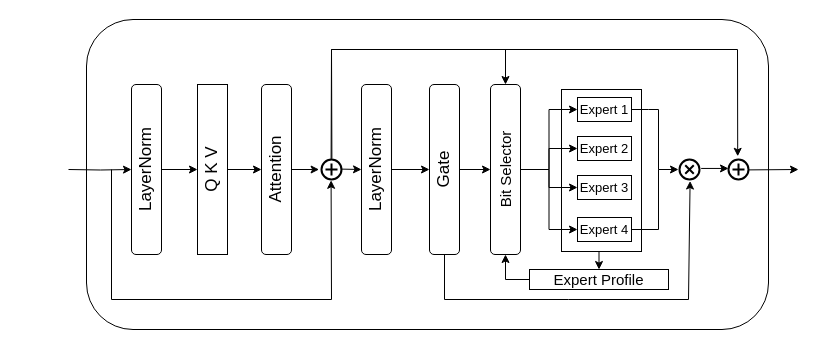
mm0318/draw keeps this draw.io diagram as bitgate_overall.drawio. Above is the earlier version. Source tidied: cells renumbered, new cells numbered last; positions are measured from the earlier drawing's top-left corner, leaving out a move shared by most shapes. Both pictures are drawn from the tidied source at 100%, with x=0, y=0 at pixel (61, 19).
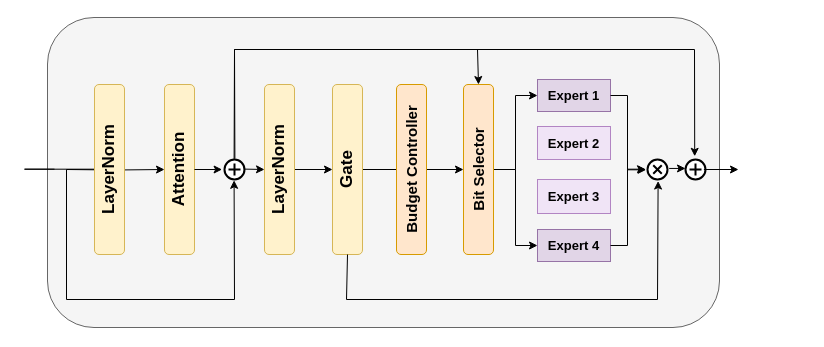
The same page after the edit.

Diff of the diagram source:
```diff
@@
-    <mxCell id="2" style="rounded=1;whiteSpace=wrap;html=1;" parent="1" vertex="1">
-      <mxGeometry x="25" width="682" height="310" as="geometry" />
+    <mxCell id="2" style="rounded=1;whiteSpace=wrap;html=1;fillColor=#f5f5f5;fontColor=#333333;strokeColor=#666666;" parent="1" vertex="1">
+      <mxGeometry x="-14" y="-2" width="672" height="310" as="geometry" />
     </mxCell>
-    <mxCell id="3" style="edgeStyle=orthogonalEdgeStyle;rounded=0;jettySize=auto;html=1;exitX=0.5;exitY=1;exitDx=0;exitDy=0;entryX=0.5;entryY=0;entryDx=0;entryDy=0;" parent="1" edge="1" source="4" target="32">
-      <mxGeometry relative="1" as="geometry" />
-    </mxCell>
-    <mxCell id="4" style="rounded=0;whiteSpace=wrap;html=1;" parent="1" vertex="1">
-      <mxGeometry x="500" y="70" width="80" height="162" as="geometry" />
-    </mxCell>
-    <mxCell id="5" value="&lt;font style=&quot;font-size: 13px;&quot;&gt;Expert 1&lt;/font&gt;" style="rounded=0;whiteSpace=wrap;html=1;" parent="1" vertex="1">
-      <mxGeometry x="516" y="78" width="54" height="24" as="geometry" />
+    <mxCell id="5" value="&lt;font style=&quot;font-size: 13px;&quot;&gt;&lt;b&gt;Expert 1&lt;/b&gt;&lt;/font&gt;" style="rounded=0;whiteSpace=wrap;html=1;fillColor=#e1d5e7;strokeColor=#9673a6;" parent="1" vertex="1">
+      <mxGeometry x="476" y="60" width="73" height="32" as="geometry" />
     </mxCell>
-    <mxCell id="6" value="&lt;font style=&quot;font-size: 13px;&quot;&gt;Expert 2&lt;/font&gt;" style="rounded=0;whiteSpace=wrap;html=1;" parent="1" vertex="1">
-      <mxGeometry x="516" y="117" width="54" height="24" as="geometry" />
+    <mxCell id="6" value="&lt;font style=&quot;font-size: 13px;&quot;&gt;&lt;b&gt;Expert 2&lt;/b&gt;&lt;/font&gt;" style="rounded=0;whiteSpace=wrap;html=1;fillColor=#F0E4F6;strokeColor=#B285C3;" parent="1" vertex="1">
+      <mxGeometry x="476" y="107" width="73" height="33" as="geometry" />
     </mxCell>
-    <mxCell id="7" value="&lt;font style=&quot;font-size: 13px;&quot;&gt;Expert 4&lt;/font&gt;" style="rounded=0;whiteSpace=wrap;html=1;" parent="1" vertex="1">
-      <mxGeometry x="516" y="198" width="54" height="24" as="geometry" />
+    <mxCell id="7" value="&lt;font style=&quot;font-size: 13px;&quot;&gt;&lt;b&gt;Expert 4&lt;/b&gt;&lt;/font&gt;" style="rounded=0;whiteSpace=wrap;html=1;fillColor=#e1d5e7;strokeColor=#9673a6;" parent="1" vertex="1">
+      <mxGeometry x="476" y="210" width="73" height="32" as="geometry" />
     </mxCell>
-    <mxCell id="8" value="&lt;font style=&quot;font-size: 13px;&quot;&gt;Expert 3&lt;/font&gt;" style="rounded=0;whiteSpace=wrap;html=1;" parent="1" vertex="1">
-      <mxGeometry x="516" y="156" width="54" height="24" as="geometry" />
+    <mxCell id="8" value="&lt;font style=&quot;font-size: 13px;&quot;&gt;&lt;b&gt;Expert 3&lt;/b&gt;&lt;/font&gt;" style="rounded=0;whiteSpace=wrap;html=1;strokeColor=#B285C3;fillColor=#F0E4F6;" parent="1" vertex="1">
+      <mxGeometry x="476" y="160" width="73" height="34" as="geometry" />
     </mxCell>
@@
-    <mxCell id="10" value="&lt;font style=&quot;font-size: 17px;&quot;&gt;Gate&lt;/font&gt;" style="rounded=1;whiteSpace=wrap;html=1;rotation=-90;" parent="1" vertex="1">
-      <mxGeometry x="298" y="135" width="170" height="30" as="geometry" />
+    <mxCell id="10" value="&lt;font style=&quot;font-size: 17px;&quot;&gt;&lt;b&gt;Gate&lt;/b&gt;&lt;/font&gt;" style="rounded=1;whiteSpace=wrap;html=1;rotation=-90;fillColor=#fff2cc;strokeColor=#d6b656;" parent="1" vertex="1">
+      <mxGeometry x="201" y="135" width="170" height="30" as="geometry" />
     </mxCell>
@@
-    <mxCell id="13" style="edgeStyle=orthogonalEdgeStyle;rounded=0;jettySize=auto;html=1;exitX=0.5;exitY=1;exitDx=0;exitDy=0;entryX=0;entryY=0.5;entryDx=0;entryDy=0;" parent="1" edge="1" source="15" target="6">
-      <mxGeometry relative="1" as="geometry" />
-    </mxCell>
-    <mxCell id="14" style="edgeStyle=orthogonalEdgeStyle;rounded=0;jettySize=auto;html=1;exitX=0.5;exitY=1;exitDx=0;exitDy=0;entryX=0;entryY=0.5;entryDx=0;entryDy=0;" parent="1" edge="1" source="15" target="8">
-      <mxGeometry relative="1" as="geometry" />
-    </mxCell>
-    <mxCell id="15" value="&lt;font style=&quot;font-size: 15px;&quot;&gt;Bit Selector&lt;/font&gt;" style="rounded=1;whiteSpace=wrap;html=1;rotation=-90;" parent="1" vertex="1">
-      <mxGeometry x="359" y="135" width="170" height="30" as="geometry" />
+    <mxCell id="15" value="&lt;font style=&quot;font-size: 15px;&quot;&gt;&lt;b&gt;Bit Selector&lt;/b&gt;&lt;/font&gt;" style="rounded=1;whiteSpace=wrap;html=1;rotation=-90;fillColor=#ffe6cc;strokeColor=#d79b00;" parent="1" vertex="1">
+      <mxGeometry x="332" y="135" width="170" height="30" as="geometry" />
     </mxCell>
@@
-    <mxCell id="17" value="&lt;font style=&quot;font-size: 17px;&quot;&gt;LayerNorm&lt;/font&gt;" style="rounded=1;whiteSpace=wrap;html=1;rotation=-90;" parent="1" vertex="1">
-      <mxGeometry x="230" y="135" width="170" height="30" as="geometry" />
+    <mxCell id="17" value="&lt;font style=&quot;font-size: 17px;&quot;&gt;&lt;b&gt;LayerNorm&lt;/b&gt;&lt;/font&gt;" style="rounded=1;whiteSpace=wrap;html=1;rotation=-90;fillColor=#fff2cc;strokeColor=#d6b656;" parent="1" vertex="1">
+      <mxGeometry x="133" y="135" width="170" height="30" as="geometry" />
     </mxCell>
-    <mxCell id="18" value="&lt;span style=&quot;font-size: 17px;&quot;&gt;Attention&lt;/span&gt;" style="rounded=1;whiteSpace=wrap;html=1;rotation=-90;" parent="1" vertex="1">
-      <mxGeometry x="130" y="135" width="170" height="30" as="geometry" />
+    <mxCell id="18" value="&lt;span style=&quot;font-size: 17px;&quot;&gt;Attention&lt;/span&gt;" style="rounded=1;whiteSpace=wrap;html=1;rotation=-90;fillColor=#fff2cc;strokeColor=#d6b656;fontStyle=1;" parent="1" vertex="1">
+      <mxGeometry x="33" y="135" width="170" height="30" as="geometry" />
     </mxCell>
-    <mxCell id="19" style="edgeStyle=orthogonalEdgeStyle;rounded=0;jettySize=auto;html=1;exitX=0.5;exitY=1;exitDx=0;exitDy=0;entryX=0.5;entryY=0;entryDx=0;entryDy=0;" parent="1" edge="1" source="20" target="18">
-      <mxGeometry relative="1" as="geometry" />
+    <mxCell id="19" style="edgeStyle=orthogonalEdgeStyle;rounded=0;jettySize=auto;html=1;entryX=0.5;entryY=0;entryDx=0;entryDy=0;" parent="1" edge="1" target="18">
+      <mxGeometry relative="1" as="geometry">
+        <mxPoint x="5" y="150" as="sourcePoint" />
+      </mxGeometry>
     </mxCell>
-    <mxCell id="20" value="&lt;font style=&quot;font-size: 17px;&quot;&gt;Q K V&lt;/font&gt;" style="rounded=0;whiteSpace=wrap;html=1;rotation=-90;" parent="1" vertex="1">
-      <mxGeometry x="66" y="135" width="170" height="30" as="geometry" />
-    </mxCell>
-    <mxCell id="21" style="edgeStyle=orthogonalEdgeStyle;rounded=0;jettySize=auto;html=1;exitX=0.5;exitY=1;exitDx=0;exitDy=0;entryX=0.5;entryY=0;entryDx=0;entryDy=0;" parent="1" edge="1" source="23" target="20">
-      <mxGeometry relative="1" as="geometry" />
-    </mxCell>
-    <mxCell id="22" style="edgeStyle=orthogonalEdgeStyle;rounded=0;jettySize=auto;html=1;entryX=0.5;entryY=0;entryDx=0;entryDy=0;" parent="1" edge="1" target="23">
+    <mxCell id="22" style="edgeStyle=orthogonalEdgeStyle;rounded=0;orthogonalLoop=1;jettySize=auto;html=1;entryX=0.5;entryY=0;entryDx=0;entryDy=0;" parent="1" edge="1">
       <mxGeometry relative="1" as="geometry">
-        <mxPoint x="7" y="150" as="sourcePoint" />
+        <mxPoint x="-7" y="149.7" as="sourcePoint" />
+        <mxPoint x="61" y="149.7" as="targetPoint" />
+        <Array as="points">
+          <mxPoint x="-37" y="149.7" />
+          <mxPoint x="-37" y="149.7" />
+        </Array>
       </mxGeometry>
     </mxCell>
-    <mxCell id="23" value="&lt;font style=&quot;font-size: 17px;&quot;&gt;LayerNorm&lt;/font&gt;" style="rounded=1;whiteSpace=wrap;html=1;rotation=-90;" parent="1" vertex="1">
-      <mxGeometry y="135" width="170" height="30" as="geometry" />
+    <mxCell id="23" value="&lt;font style=&quot;font-size: 17px;&quot;&gt;&lt;b&gt;LayerNorm&lt;/b&gt;&lt;/font&gt;" style="rounded=1;whiteSpace=wrap;html=1;rotation=-90;fillColor=#fff2cc;strokeColor=#d6b656;" parent="1" vertex="1">
+      <mxGeometry x="-37" y="135" width="170" height="30" as="geometry" />
     </mxCell>
     <mxCell id="24" style="html=1;verticalLabelPosition=bottom;align=center;labelBackgroundColor=#ffffff;verticalAlign=top;strokeWidth=2;strokeColor=#000000;shadow=0;dashed=0;shape=mxgraph.ios7.icons.add;" parent="1" vertex="1">
-      <mxGeometry x="260" y="140" width="20" height="20" as="geometry" />
+      <mxGeometry x="163" y="140" width="20" height="20" as="geometry" />
     </mxCell>
@@
     <mxCell id="26" style="endArrow=classic;html=1;rounded=0;entryX=0.48;entryY=1.04;entryDx=0;entryDy=0;entryPerimeter=0;" parent="1" edge="1" target="24">
       <mxGeometry relative="1" as="geometry">
-        <mxPoint x="50" y="150" as="sourcePoint" />
+        <mxPoint x="5" y="150" as="sourcePoint" />
         <Array as="points">
-          <mxPoint x="50" y="280" />
-          <mxPoint x="270" y="280" />
+          <mxPoint x="5" y="280" />
+          <mxPoint x="173" y="280" />
         </Array>
       </mxGeometry>
     </mxCell>
@@
     <mxCell id="28" style="html=1;verticalLabelPosition=bottom;align=center;labelBackgroundColor=#ffffff;verticalAlign=top;strokeWidth=2;strokeColor=#000000;shadow=0;dashed=0;shape=mxgraph.ios7.icons.add;" parent="1" vertex="1">
-      <mxGeometry x="667" y="140" width="20" height="20" as="geometry" />
+      <mxGeometry x="624" y="140" width="20" height="20" as="geometry" />
     </mxCell>
-    <mxCell id="29" style="endArrow=classic;html=1;rounded=0;exitX=1;exitY=0.52;exitDx=0;exitDy=0;exitPerimeter=0;" parent="1" edge="1" source="28">
+    <mxCell id="29" style="endArrow=classic;html=1;rounded=0;exitX=0.92;exitY=0.5;exitDx=0;exitDy=0;exitPerimeter=0;" parent="1" edge="1" source="28">
       <mxGeometry relative="1" as="geometry">
-        <mxPoint x="737" y="150" as="targetPoint" />
+        <mxPoint x="677" y="150" as="targetPoint" />
         <Array as="points">
-          <mxPoint x="737" y="150" />
+          <mxPoint x="677" y="150" />
         </Array>
       </mxGeometry>
     </mxCell>
     <mxCell id="30" style="endArrow=classic;html=1;rounded=0;exitX=0.48;exitY=0;exitDx=0;exitDy=0;exitPerimeter=0;entryX=0.46;entryY=-0.16;entryDx=0;entryDy=0;entryPerimeter=0;" parent="1" edge="1" source="24" target="28">
       <mxGeometry relative="1" as="geometry">
         <Array as="points">
-          <mxPoint x="270" y="30" />
-          <mxPoint x="676" y="30" />
+          <mxPoint x="173" y="30" />
+          <mxPoint x="633" y="30" />
         </Array>
       </mxGeometry>
     </mxCell>
-    <mxCell id="31" style="edgeStyle=orthogonalEdgeStyle;rounded=0;jettySize=auto;html=1;exitX=0;exitY=0.5;exitDx=0;exitDy=0;entryX=0;entryY=0.5;entryDx=0;entryDy=0;" parent="1" edge="1" source="32" target="15">
-      <mxGeometry relative="1" as="geometry" />
-    </mxCell>
-    <mxCell id="32" value="&lt;font style=&quot;font-size: 15px;&quot;&gt;Expert Profile&lt;/font&gt;" style="rounded=0;whiteSpace=wrap;html=1;" parent="1" vertex="1">
-      <mxGeometry x="468" y="250" width="139" height="20" as="geometry" />
-    </mxCell>
     <mxCell id="33" style="endArrow=classic;html=1;rounded=0;exitX=0.52;exitY=-0.04;exitDx=0;exitDy=0;exitPerimeter=0;entryX=1;entryY=0.5;entryDx=0;entryDy=0;" parent="1" edge="1" source="24" target="15">
       <mxGeometry relative="1" as="geometry">
         <Array as="points">
-          <mxPoint x="270" y="30" />
-          <mxPoint x="357" y="30" />
-          <mxPoint x="444" y="30" />
+          <mxPoint x="173" y="30" />
+          <mxPoint x="260" y="30" />
+          <mxPoint x="416" y="30" />
         </Array>
       </mxGeometry>
     </mxCell>
     <mxCell id="34" style="html=1;verticalLabelPosition=bottom;align=center;labelBackgroundColor=#ffffff;verticalAlign=top;strokeWidth=2;strokeColor=#000000;shadow=0;dashed=0;shape=mxgraph.ios7.icons.add;rotation=45;" parent="1" vertex="1">
-      <mxGeometry x="618" y="140" width="20" height="20" as="geometry" />
+      <mxGeometry x="586" y="140" width="20" height="20" as="geometry" />
     </mxCell>
-    <mxCell id="35" style="endArrow=none;html=1;rounded=0;exitX=1;exitY=0.5;exitDx=0;exitDy=0;" parent="1" edge="1" source="7">
-      <mxGeometry relative="1" as="geometry">
-        <mxPoint x="597" y="150" as="targetPoint" />
-        <Array as="points">
-          <mxPoint x="597" y="210" />
-        </Array>
-      </mxGeometry>
-    </mxCell>
-    <mxCell id="36" style="endArrow=classic;html=1;rounded=0;exitX=1;exitY=0.5;exitDx=0;exitDy=0;" parent="1" edge="1" source="5">
-      <mxGeometry relative="1" as="geometry">
-        <mxPoint x="617" y="150" as="targetPoint" />
-        <Array as="points">
-          <mxPoint x="587" y="90" />
-          <mxPoint x="597" y="90" />
-          <mxPoint x="597" y="150" />
-        </Array>
-      </mxGeometry>
-    </mxCell>
     <mxCell id="37" style="endArrow=classic;html=1;rounded=0;exitX=0;exitY=0.5;exitDx=0;exitDy=0;entryX=0.929;entryY=0.886;entryDx=0;entryDy=0;entryPerimeter=0;" parent="1" edge="1" source="10" target="34">
       <mxGeometry relative="1" as="geometry">
         <Array as="points">
-          <mxPoint x="383" y="280" />
-          <mxPoint x="507" y="280" />
-          <mxPoint x="627" y="280" />
+          <mxPoint x="285" y="280" />
+          <mxPoint x="596" y="280" />
         </Array>
       </mxGeometry>
     </mxCell>
@@
+    <mxCell id="39" value="&lt;span style=&quot;font-size: 15px;&quot;&gt;&lt;b&gt;Budget Controller&lt;/b&gt;&lt;/span&gt;" style="rounded=1;whiteSpace=wrap;html=1;rotation=-90;fillColor=#ffe6cc;strokeColor=#d79b00;" parent="1" vertex="1">
+      <mxGeometry x="265" y="135" width="170" height="30" as="geometry" />
+    </mxCell>
+    <mxCell id="40" style="endArrow=classic;html=1;rounded=0;exitX=1;exitY=0.5;exitDx=0;exitDy=0;edgeStyle=orthogonalEdgeStyle;entryX=0.064;entryY=0.912;entryDx=0;entryDy=0;entryPerimeter=0;" parent="1" edge="1" source="7" target="34">
+      <mxGeometry relative="1" as="geometry">
+        <Array as="points">
+          <mxPoint x="566" y="226" />
+          <mxPoint x="566" y="150" />
+        </Array>
+      </mxGeometry>
+    </mxCell>
+    <mxCell id="41" style="edgeStyle=orthogonalEdgeStyle;rounded=0;jettySize=auto;html=1;exitX=1;exitY=0.5;exitDx=0;exitDy=0;entryX=0.111;entryY=0.912;entryDx=0;entryDy=0;entryPerimeter=0;" parent="1" edge="1" source="5" target="34">
+      <mxGeometry relative="1" as="geometry">
+        <Array as="points">
+          <mxPoint x="566" y="76" />
+          <mxPoint x="566" y="150" />
+        </Array>
+      </mxGeometry>
+    </mxCell>
```
